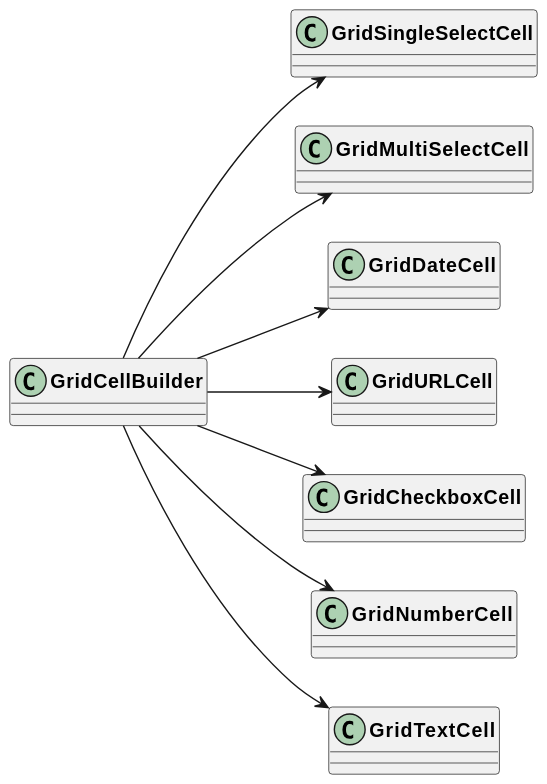
Earlier version of the PlantUML export uml/output/Grid_Cell_Builder.svg (AppFlowy-IO/AppFlowy-Docs).
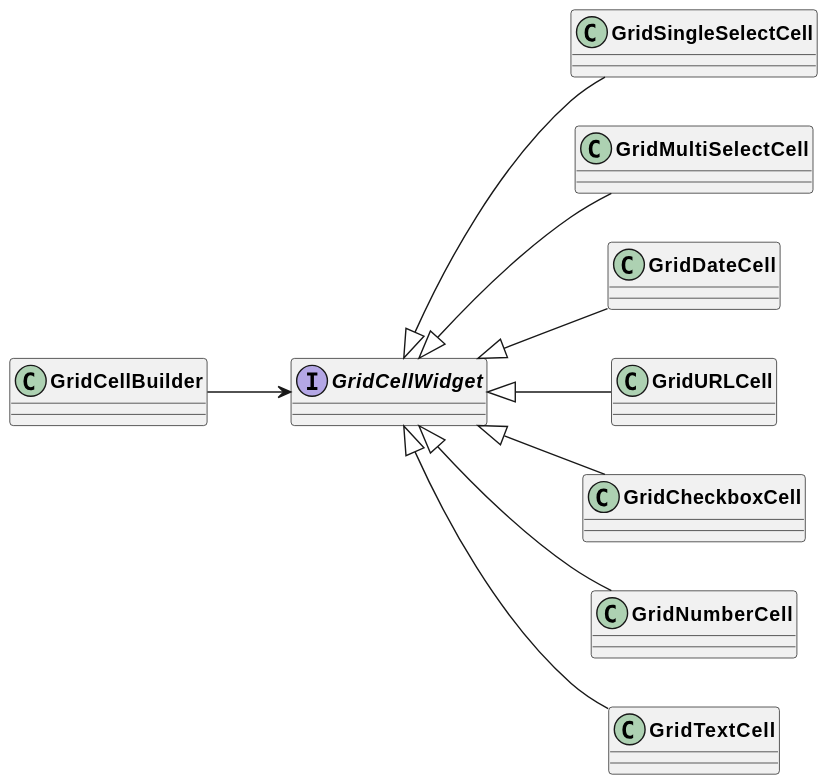
The same file after the commit.

What changed in the source:
```diff
@@ -4,12 +4,15 @@
 skinparam ActivityBorderColor DimGray
 left to right direction
 
-GridCellBuilder --> GridSingleSelectCell
-GridCellBuilder --> GridMultiSelectCell
-GridCellBuilder --> GridDateCell
-GridCellBuilder --> GridURLCell
-GridCellBuilder --> GridCheckboxCell
-GridCellBuilder --> GridNumberCell
-GridCellBuilder --> GridTextCell
+interface GridCellWidget
+GridCellBuilder --> GridCellWidget
+
+GridSingleSelectCell -u-|> GridCellWidget
+GridMultiSelectCell -u-|> GridCellWidget
+GridDateCell -u-|> GridCellWidget
+GridURLCell -u-|> GridCellWidget
+GridCheckboxCell -u-|> GridCellWidget
+GridNumberCell -u-|> GridCellWidget
+GridTextCell -u-|> GridCellWidget
 
 @enduml
```
